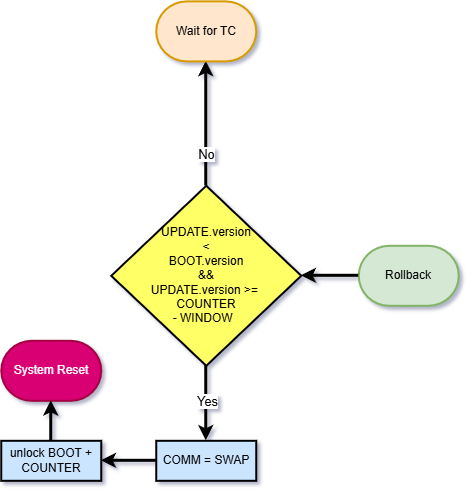
Above: Diagrams/ESA Secure Boot Flowchart.Rollback.png in matyaskollert/ESA-SAVOIR-Secure-Boot (draw.io), before the change. Source tidied: cells renumbered, new cells last; positions are measured from the earlier drawing's top-left corner, leaving out a move shared by most shapes.
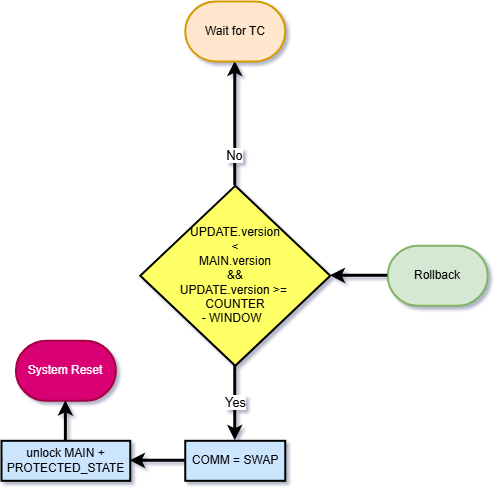
Above is the later version.

Diff of the diagram source:
```diff
@@ -6,7 +6,7 @@
       <mxGeometry x="357.2" y="244.3" width="100" height="60" as="geometry" />
     </mxCell>
     <mxCell id="3" value="System Reset" style="strokeWidth=2;html=1;shape=mxgraph.flowchart.terminator;whiteSpace=wrap;rounded=0;fillColor=#d80073;fontColor=#ffffff;strokeColor=#A50040;" parent="1" vertex="1">
-      <mxGeometry x="-0.2" y="339.3" width="100" height="60" as="geometry" />
+      <mxGeometry x="-14.6" y="339.3" width="100" height="60" as="geometry" />
     </mxCell>
     <mxCell id="4" style="edgeStyle=orthogonalEdgeStyle;jettySize=auto;html=1;exitX=0.5;exitY=1;exitDx=0;exitDy=0;exitPerimeter=0;strokeWidth=3;entryX=0.5;entryY=0;entryDx=0;entryDy=0;" parent="1" edge="1" source="8" target="9">
       <mxGeometry relative="1" as="geometry" />
@@ -22,7 +22,7 @@
     <mxCell id="7" value="No" style="edgeLabel;html=1;align=center;verticalAlign=middle;fontSize=13;" parent="6" vertex="1">
       <mxGeometry x="-0.5" y="1" relative="1" as="geometry" />
     </mxCell>
-    <mxCell id="8" value="&lt;div&gt;UPDATE.version&lt;/div&gt;&lt;div&gt;&amp;lt;&lt;/div&gt;&lt;div&gt;BOOT.version&lt;br&gt;&amp;amp;&amp;amp;&lt;br&gt;UPDATE.version &amp;gt;=&amp;nbsp;&lt;/div&gt;&lt;div&gt;COUNTER&lt;/div&gt;&lt;div&gt;- WINDOW&amp;nbsp;&amp;nbsp;&lt;/div&gt;" style="strokeWidth=2;html=1;shape=mxgraph.flowchart.decision;whiteSpace=wrap;rounded=0;fillColor=#FFFF66;" parent="1" vertex="1">
+    <mxCell id="8" value="&lt;div&gt;UPDATE.version&lt;/div&gt;&lt;div&gt;&amp;lt;&lt;/div&gt;&lt;div&gt;MAIN.version&lt;br&gt;&amp;amp;&amp;amp;&lt;br&gt;UPDATE.version &amp;gt;=&amp;nbsp;&lt;/div&gt;&lt;div&gt;COUNTER&lt;/div&gt;&lt;div&gt;- WINDOW&amp;nbsp;&amp;nbsp;&lt;/div&gt;" style="strokeWidth=2;html=1;shape=mxgraph.flowchart.decision;whiteSpace=wrap;rounded=0;fillColor=#FFFF66;" parent="1" vertex="1">
       <mxGeometry x="109.8" y="184.3" width="190" height="180" as="geometry" />
     </mxCell>
     <mxCell id="9" value="COMM = SWAP" style="rounded=0;whiteSpace=wrap;html=1;absoluteArcSize=1;arcSize=14;strokeWidth=2;fillColor=#CCE5FF;" parent="1" vertex="1">
@@ -31,8 +31,8 @@
     <mxCell id="10" style="edgeStyle=orthogonalEdgeStyle;rounded=1;jettySize=auto;html=1;curved=0;strokeWidth=3;" parent="1" edge="1" source="9" target="11">
       <mxGeometry relative="1" as="geometry" />
     </mxCell>
-    <mxCell id="11" value="unlock BOOT + COUNTER" style="rounded=0;whiteSpace=wrap;html=1;absoluteArcSize=1;arcSize=14;strokeWidth=2;fillColor=#CCE5FF;" parent="1" vertex="1">
-      <mxGeometry x="-0.2" y="439.3" width="100" height="40" as="geometry" />
+    <mxCell id="11" value="unlock MAIN + PROTECTED_STATE" style="rounded=0;whiteSpace=wrap;html=1;absoluteArcSize=1;arcSize=14;strokeWidth=2;fillColor=#CCE5FF;" parent="1" vertex="1">
+      <mxGeometry x="-29" y="439.3" width="128.8" height="40" as="geometry" />
     </mxCell>
     <mxCell id="12" style="edgeStyle=orthogonalEdgeStyle;rounded=1;jettySize=auto;html=1;entryX=0.5;entryY=1;entryDx=0;entryDy=0;entryPerimeter=0;curved=0;strokeWidth=3;" parent="1" edge="1" source="11" target="3">
       <mxGeometry relative="1" as="geometry" />
```
